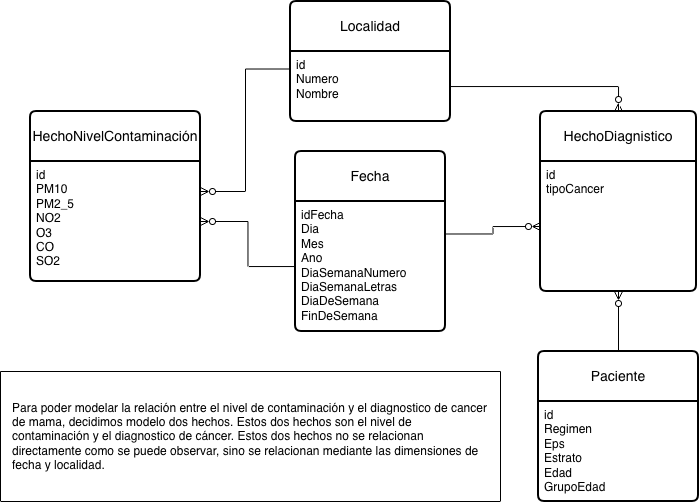
Before: Proyecto2PrimerModelo.drawio.png, a diagram exported from draw.io (CamiloC21/DiagramasIN). Source tidied: cells renumbered, new cells last; positions are measured from the earlier drawing's top-left corner, leaving out a move shared by most shapes.
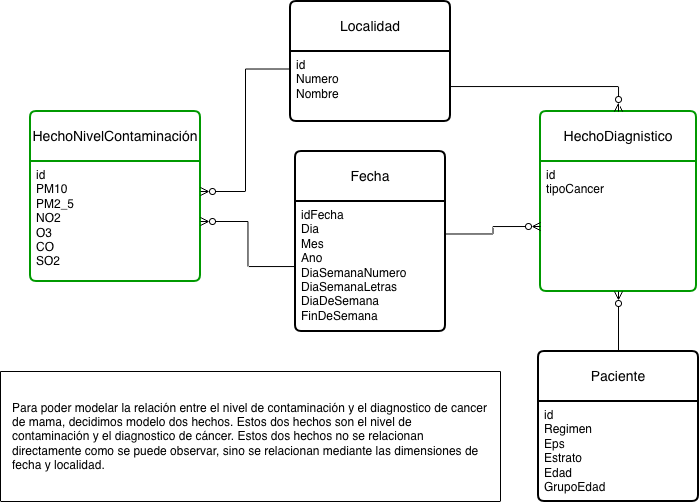
The same diagram one commit later.

The edit, as a diff of the source:
```diff
@@ -14,7 +14,7 @@
     <mxCell id="5" value="id&lt;div&gt;Numero&lt;/div&gt;&lt;div&gt;Nombre&lt;/div&gt;" style="align=left;strokeColor=none;fillColor=none;spacingLeft=4;spacingRight=4;fontSize=12;verticalAlign=top;html=1;whiteSpace=wrap;" parent="4" vertex="1">
       <mxGeometry y="50" width="160" height="70" as="geometry" />
     </mxCell>
-    <mxCell id="6" value="HechoDiagnistico" style="swimlane;horizontal=1;startSize=50;rounded=1;fontSize=14;fontStyle=0;strokeWidth=2;shadow=0;dashed=0;align=center;arcSize=4;whiteSpace=wrap;html=1;" parent="1" vertex="1">
+    <mxCell id="6" value="HechoDiagnistico" style="swimlane;horizontal=1;startSize=50;rounded=1;fontSize=14;fontStyle=0;strokeWidth=2;shadow=0;dashed=0;align=center;arcSize=4;whiteSpace=wrap;html=1;strokeColor=#009900;" parent="1" vertex="1">
       <mxGeometry x="540" y="110" width="156" height="180" as="geometry" />
     </mxCell>
     <mxCell id="7" value="id&lt;div&gt;tipoCancer&lt;/div&gt;&lt;div&gt;&lt;br&gt;&lt;/div&gt;" style="align=left;strokeColor=none;fillColor=none;spacingLeft=4;spacingRight=4;fontSize=12;verticalAlign=top;html=1;whiteSpace=wrap;" parent="6" vertex="1">
@@ -29,7 +29,7 @@
     <mxCell id="10" value="id&lt;div&gt;Regimen&lt;/div&gt;&lt;div&gt;Eps&lt;/div&gt;&lt;div&gt;Estrato&lt;/div&gt;&lt;div&gt;Edad&lt;/div&gt;&lt;div&gt;GrupoEdad&lt;/div&gt;" style="align=left;strokeColor=none;fillColor=none;spacingLeft=4;spacingRight=4;fontSize=12;verticalAlign=top;html=1;whiteSpace=wrap;" parent="9" vertex="1">
       <mxGeometry y="50" width="160" height="100" as="geometry" />
     </mxCell>
-    <mxCell id="11" value="HechoNivelContaminación" style="swimlane;horizontal=1;startSize=50;rounded=1;fontSize=14;fontStyle=0;strokeWidth=2;shadow=0;dashed=0;align=center;arcSize=4;whiteSpace=wrap;html=1;" parent="1" vertex="1">
+    <mxCell id="11" value="HechoNivelContaminación" style="swimlane;horizontal=1;startSize=50;rounded=1;fontSize=14;fontStyle=0;strokeWidth=2;shadow=0;dashed=0;align=center;arcSize=4;whiteSpace=wrap;html=1;strokeColor=#009900;" parent="1" vertex="1">
       <mxGeometry x="30" y="110" width="170" height="170" as="geometry" />
     </mxCell>
     <mxCell id="12" value="id&lt;div&gt;&lt;div&gt;PM10&lt;/div&gt;&lt;div&gt;PM2_5&lt;/div&gt;&lt;div&gt;NO2&lt;/div&gt;&lt;div&gt;O3&lt;/div&gt;&lt;div&gt;CO&lt;/div&gt;&lt;div&gt;SO2&lt;/div&gt;&lt;/div&gt;" style="align=left;strokeColor=none;fillColor=none;spacingLeft=4;spacingRight=4;fontSize=12;verticalAlign=top;html=1;whiteSpace=wrap;" parent="11" vertex="1">
```
